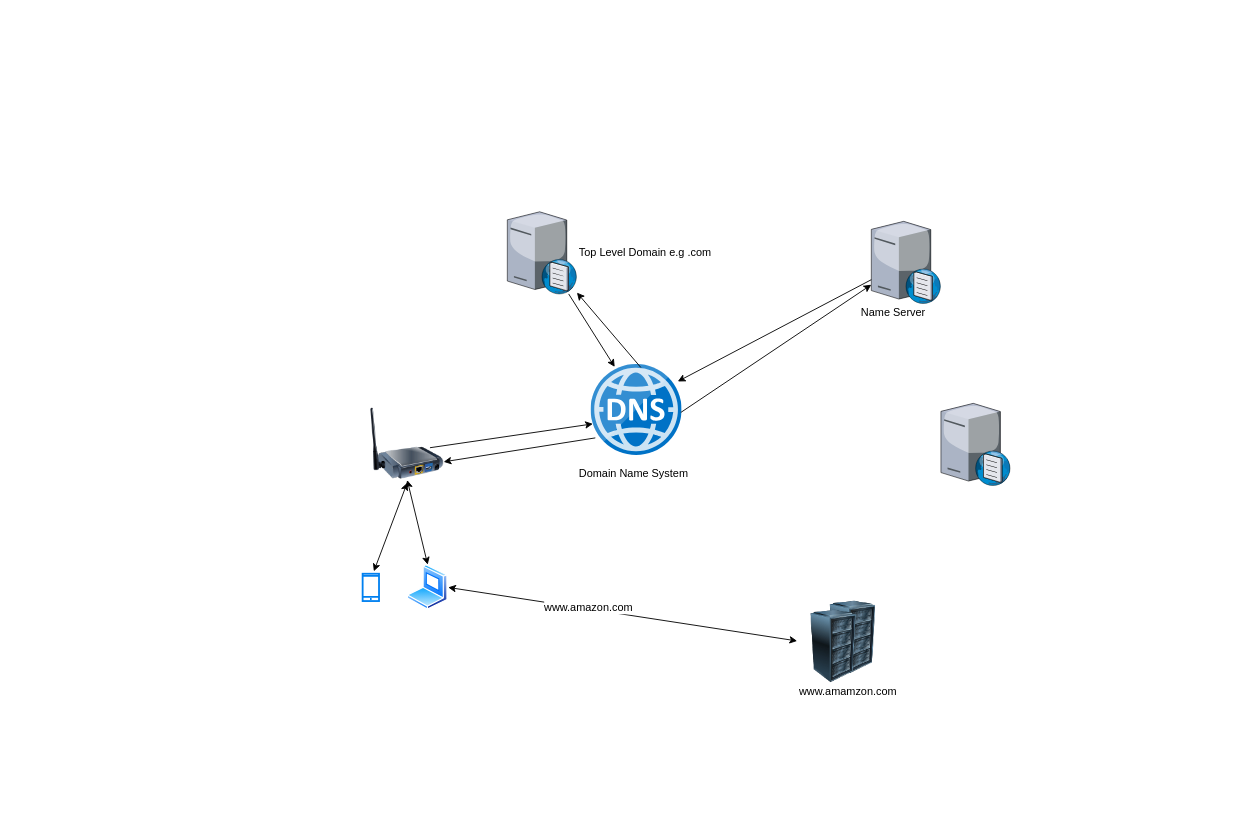
The draw.io diagram HowDNSworks.drawio in kaustavdassoa/Diagrams, before the edit. Source tidied: cells renumbered, new cells numbered last; positions are measured from the earlier drawing's top-left corner, leaving out a move shared by most shapes. Both pictures are drawn from the tidied source at 91%, with x=0, y=0 at pixel (362, 209). Pictures stored in the file or linked from it are replaced by grey dashed boxes.
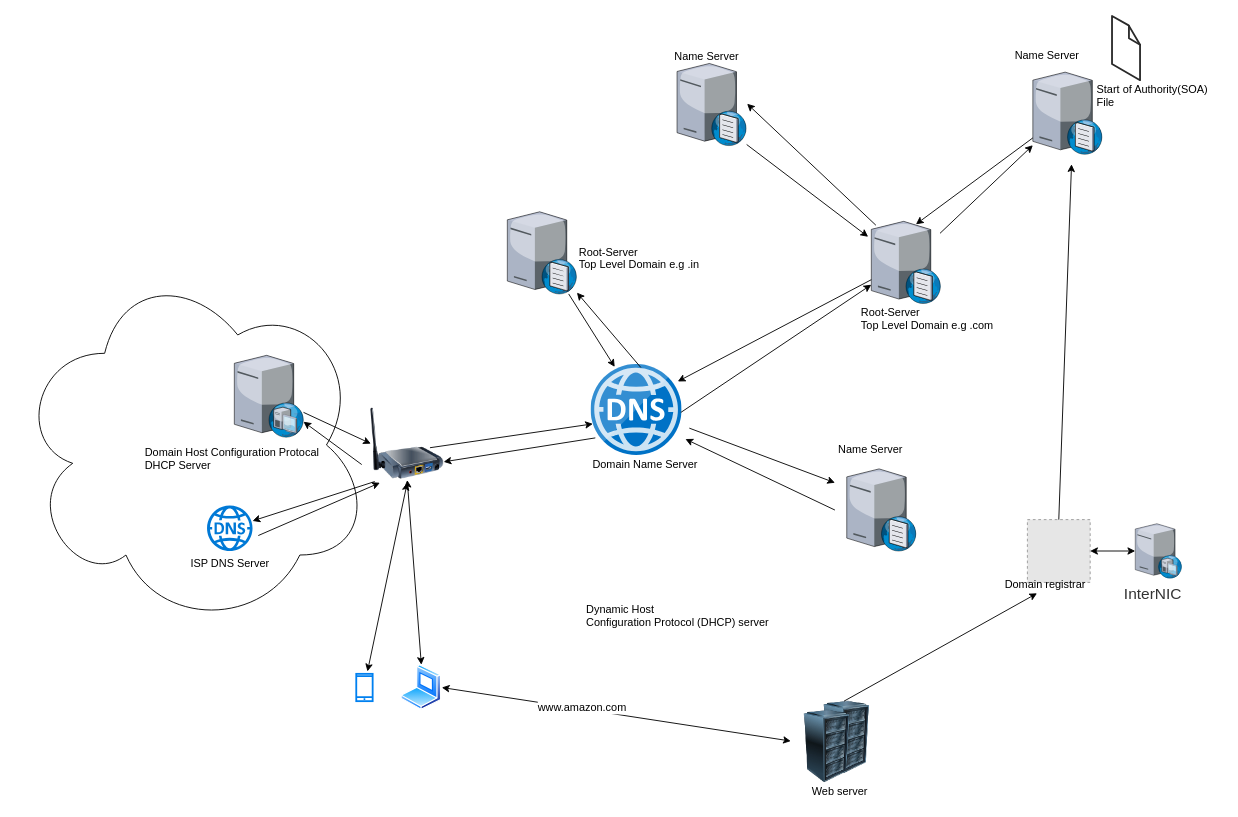
After the change.

The change refers to these unchanged cells:
```xml
<mxCell id="3" style="html=1;perimeter=none;align=center;shadow=0;dashed=0;image;fontSize=12;image=img/lib/mscae/DNS.svg;" parent="1" vertex="1">
  <mxGeometry x="251" y="170" width="100" height="100" as="geometry" />
</mxCell>
<mxCell id="17" style="image;html=1;labelBackgroundColor=#ffffff;image=img/lib/clip_art/networking/Print_Server_Wireless_128x128.png;" parent="1" vertex="1">
  <mxGeometry x="9" y="217" width="80" height="80" as="geometry" />
</mxCell>
```

Diff of the diagram source:
```diff
@@
-    <mxCell id="6" value="Domain Name System&amp;nbsp;" style="text;html=1;align=left;verticalAlign=top;spacingTop=-4;" parent="1" vertex="1">
-      <mxGeometry x="235.5" y="280" width="140" height="20" as="geometry" />
+    <mxCell id="6" value="Domain Name Server" style="text;html=1;align=left;verticalAlign=top;spacingTop=-4;" parent="1" vertex="1">
+      <mxGeometry x="251" y="270" width="130" height="20" as="geometry" />
     </mxCell>
-    <mxCell id="7" value="Top Level Domain e.g .com" style="text;html=1;align=left;verticalAlign=top;spacingTop=-4;" parent="1" vertex="1">
-      <mxGeometry x="235.5" y="36.5" width="160" height="20" as="geometry" />
+    <mxCell id="7" value="Root-Server &lt;br&gt;Top Level Domain e.g .in" style="text;html=1;align=left;verticalAlign=top;spacingTop=-4;" parent="1" vertex="1">
+      <mxGeometry x="235.5" y="36.5" width="150" height="30" as="geometry" />
     </mxCell>
@@
-    <mxCell id="12" value="Name Server&amp;nbsp;" style="text;html=1;align=left;verticalAlign=top;spacingTop=-4;" parent="1" vertex="1">
-      <mxGeometry x="545.5" y="103" width="90" height="20" as="geometry" />
+    <mxCell id="12" value="Root-Server&lt;br&gt;Top Level Domain e.g .com" style="text;html=1;align=left;verticalAlign=top;spacingTop=-4;" parent="1" vertex="1">
+      <mxGeometry x="545.5" y="103" width="160" height="30" as="geometry" />
     </mxCell>
@@
     <mxCell id="14" style="verticalLabelPosition=bottom;html=1;verticalAlign=top;strokeColor=none;align=center;outlineConnect=0;shape=mxgraph.citrix.dns_server;" parent="1" vertex="1">
-      <mxGeometry x="635.5" y="210.5" width="76.5" height="92.5" as="geometry" />
+      <mxGeometry x="736.5" y="-153.5" width="76.5" height="92.5" as="geometry" />
     </mxCell>
     <mxCell id="15" style="image;html=1;labelBackgroundColor=#ffffff;image=img/lib/clip_art/computers/Server_Rack_128x128.png;" parent="1" vertex="1">
-      <mxGeometry x="499" y="430" width="80" height="80" as="geometry" />
+      <mxGeometry x="492" y="540" width="80" height="80" as="geometry" />
     </mxCell>
     <mxCell id="16" style="image;html=1;labelBackgroundColor=#ffffff;image=img/lib/clip_art/computers/Server_Rack_128x128.png;" parent="1" vertex="1">
-      <mxGeometry x="477.5" y="440" width="80" height="80" as="geometry" />
+      <mxGeometry x="470.5" y="550" width="80" height="80" as="geometry" />
     </mxCell>
@@
     <mxCell id="18" style="perimeter=ellipsePerimeter;html=1;align=center;shadow=0;dashed=0;spacingTop=3;image;image=img/lib/active_directory/laptop_client.svg;" parent="1" vertex="1">
-      <mxGeometry x="49" y="390" width="45" height="50" as="geometry" />
+      <mxGeometry x="42" y="500" width="45" height="50" as="geometry" />
     </mxCell>
     <mxCell id="19" style="html=1;verticalLabelPosition=bottom;align=center;labelBackgroundColor=#ffffff;verticalAlign=top;strokeWidth=2;strokeColor=#0080F0;fillColor=#ffffff;shadow=0;dashed=0;shape=mxgraph.ios7.icons.smartphone;" parent="1" vertex="1">
-      <mxGeometry y="400" width="18" height="30" as="geometry" />
+      <mxGeometry x="-7" y="510" width="18" height="30" as="geometry" />
     </mxCell>
@@
-    <mxCell id="22" value="www.amamzon.com" style="text;html=1;align=left;verticalAlign=top;spacingTop=-4;" parent="1" vertex="1">
-      <mxGeometry x="477.5" y="520" width="120" height="20" as="geometry" />
+    <mxCell id="22" value="Web server" style="text;html=1;align=left;verticalAlign=top;spacingTop=-4;" parent="1" vertex="1">
+      <mxGeometry x="492" y="630" width="80" height="20" as="geometry" />
     </mxCell>
@@
+    <mxCell id="25" style="verticalLabelPosition=bottom;html=1;verticalAlign=top;strokeColor=none;align=center;outlineConnect=0;shape=mxgraph.citrix.dhcp_server;" parent="1" vertex="1">
+      <mxGeometry x="849" y="345" width="51" height="60" as="geometry" />
+    </mxCell>
+    <mxCell id="26" value="Dynamic Host &lt;br&gt;Configuration Protocol (DHCP) server&amp;nbsp;" style="text;html=1;align=left;verticalAlign=top;spacingTop=-4;" parent="1" vertex="1">
+      <mxGeometry x="244" y="430" width="220" height="30" as="geometry" />
+    </mxCell>
+    <mxCell id="27" style="fillColor=#E6E6E6;strokeColor=#999999;dashed=1;html=1;verticalAlign=top;verticalLabelPosition=bottom;labelBackgroundColor=#ffffff;" parent="1" vertex="1">
+      <mxGeometry x="730.5" y="340.5" width="69" height="69" as="geometry" />
+    </mxCell>
+    <mxCell id="28" value="Domain registrar&amp;nbsp;" style="text;html=1;points=[];align=left;verticalAlign=top;spacingTop=-4;" parent="1" vertex="1">
+      <mxGeometry x="704" y="401.5" width="110" height="20" as="geometry" />
+    </mxCell>
+    <mxCell id="29" style="endArrow=classic;html=1;" parent="1" edge="1" target="28">
+      <mxGeometry relative="1" as="geometry">
+        <mxPoint x="529" y="540" as="sourcePoint" />
+      </mxGeometry>
+    </mxCell>
+    <mxCell id="30" style="endArrow=classic;html=1;exitX=0.5;exitY=0;exitDx=0;exitDy=0;" parent="1" edge="1" source="27">
+      <mxGeometry relative="1" as="geometry">
+        <mxPoint x="779" y="-50" as="targetPoint" />
+      </mxGeometry>
+    </mxCell>
+    <mxCell id="31" value="&lt;span style=&quot;color: rgb(51 , 51 , 51) ; font-family: &amp;#34;helvetica&amp;#34; , sans-serif ; font-size: 17px ; white-space: normal ; background-color: rgb(255 , 255 , 255)&quot;&gt;InterNIC&lt;/span&gt;" style="text;html=1;align=left;verticalAlign=top;spacingTop=-4;" parent="1" vertex="1">
+      <mxGeometry x="834.5" y="409.5" width="80" height="20" as="geometry" />
+    </mxCell>
+    <mxCell id="32" style="endArrow=classic;startArrow=classic;html=1;exitX=1;exitY=0.5;exitDx=0;exitDy=0;" parent="1" edge="1" source="27" target="25">
+      <mxGeometry relative="1" as="geometry" />
+    </mxCell>
+    <mxCell id="33" style="endArrow=classic;html=1;" parent="1" edge="1" target="14">
+      <mxGeometry relative="1" as="geometry">
+        <mxPoint x="634.5" y="25.9" as="sourcePoint" />
+      </mxGeometry>
+    </mxCell>
+    <mxCell id="34" style="endArrow=classic;html=1;entryX=0.654;entryY=0;entryDx=0;entryDy=0;entryPerimeter=0;" parent="1" edge="1" source="14">
+      <mxGeometry relative="1" as="geometry">
+        <mxPoint x="608" y="16" as="targetPoint" />
+      </mxGeometry>
+    </mxCell>
+    <mxCell id="35" style="verticalLabelPosition=bottom;html=1;verticalAlign=top;strokeColor=none;align=center;shape=mxgraph.citrix.dns_server;" parent="1" vertex="1">
+      <mxGeometry x="345.5" y="-163" width="76.5" height="92.5" as="geometry" />
+    </mxCell>
+    <mxCell id="36" style="endArrow=classic;html=1;" parent="1" edge="1">
+      <mxGeometry relative="1" as="geometry">
+        <mxPoint x="564" y="17" as="sourcePoint" />
+        <mxPoint x="422.5" y="-116.5" as="targetPoint" />
+      </mxGeometry>
+    </mxCell>
+    <mxCell id="37" style="endArrow=classic;html=1;" parent="1" edge="1">
+      <mxGeometry relative="1" as="geometry">
+        <mxPoint x="422" y="-71.7" as="sourcePoint" />
+        <mxPoint x="555.5" y="29.7" as="targetPoint" />
+      </mxGeometry>
+    </mxCell>
+    <mxCell id="38" style="verticalLabelPosition=bottom;html=1;verticalAlign=top;strokeWidth=1;align=center;dashed=0;shape=mxgraph.aws3d.file;strokeColor=#292929;fillColor=#ffffff;" parent="1" vertex="1">
+      <mxGeometry x="823.5" y="-213" width="30.8" height="70.6" as="geometry" />
+    </mxCell>
+    <mxCell id="39" value="Start of Authority(SOA) &lt;br&gt;File" style="text;html=1;align=left;verticalAlign=top;spacingTop=-4;" parent="1" vertex="1">
+      <mxGeometry x="804.5" y="-142.5" width="140" height="30" as="geometry" />
+    </mxCell>
+    <mxCell id="40" value="Name Server" style="text;html=1;" parent="1" vertex="1">
+      <mxGeometry x="520.5" y="250.2" width="100" height="30" as="geometry" />
+    </mxCell>
+    <mxCell id="41" value="Name Server" style="text;html=1;" parent="1" vertex="1">
+      <mxGeometry x="715" y="-183.5" width="100" height="30" as="geometry" />
+    </mxCell>
+    <mxCell id="42" style="verticalLabelPosition=bottom;html=1;verticalAlign=top;strokeColor=none;align=center;outlineConnect=0;shape=mxgraph.citrix.dhcp_server;" parent="1" vertex="1">
+      <mxGeometry x="-141" y="160" width="76" height="90" as="geometry" />
+    </mxCell>
+    <mxCell id="43" style="endArrow=classic;html=1;" parent="1" edge="1" target="42">
+      <mxGeometry relative="1" as="geometry">
+        <mxPoint x="-1" y="280" as="sourcePoint" />
+      </mxGeometry>
+    </mxCell>
+    <mxCell id="44" style="endArrow=classic;html=1;entryX=0;entryY=0.5;entryDx=0;entryDy=0;" parent="1" edge="1" source="42" target="17">
+      <mxGeometry relative="1" as="geometry" />
+    </mxCell>
+    <mxCell id="45" value="Domain Host Configuration Protocal&lt;br&gt;DHCP Server" style="text;html=1;align=left;verticalAlign=top;spacingTop=-4;" parent="1" vertex="1">
+      <mxGeometry x="-241" y="257" width="210" height="30" as="geometry" />
+    </mxCell>
+    <mxCell id="46" value="ISP DNS Server" style="shadow=0;dashed=0;html=1;strokeColor=none;labelPosition=center;verticalLabelPosition=bottom;verticalAlign=top;align=center;shape=mxgraph.mscae.cloud.azure_dns;fillColor=#0079D6;" parent="1" vertex="1">
+      <mxGeometry x="-171" y="325" width="50" height="50" as="geometry" />
+    </mxCell>
+    <mxCell id="47" style="endArrow=classic;html=1;exitX=0.054;exitY=1.021;exitDx=0;exitDy=0;exitPerimeter=0;" parent="1" edge="1" source="17" target="46">
+      <mxGeometry relative="1" as="geometry" />
+    </mxCell>
+    <mxCell id="48" style="endArrow=classic;html=1;exitX=1.127;exitY=0.66;exitDx=0;exitDy=0;exitPerimeter=0;" parent="1" edge="1" source="46">
+      <mxGeometry relative="1" as="geometry">
+        <mxPoint x="19" y="300" as="targetPoint" />
+      </mxGeometry>
+    </mxCell>
+    <mxCell id="49" style="ellipse;shape=cloud;whiteSpace=wrap;html=1;fillColor=none;" parent="1" vertex="1">
+      <mxGeometry x="-381" y="57" width="390" height="403" as="geometry" />
+    </mxCell>
+    <mxCell id="50" style="verticalLabelPosition=bottom;html=1;verticalAlign=top;strokeColor=none;align=center;shape=mxgraph.citrix.dns_server;fillColor=none;" parent="1" vertex="1">
+      <mxGeometry x="532" y="282.5" width="76.5" height="92.5" as="geometry" />
+    </mxCell>
+    <mxCell id="51" style="endArrow=classic;html=1;" parent="1" edge="1">
+      <mxGeometry relative="1" as="geometry">
+        <mxPoint x="359" y="240" as="sourcePoint" />
+        <mxPoint x="519" y="300" as="targetPoint" />
+      </mxGeometry>
+    </mxCell>
+    <mxCell id="52" style="endArrow=classic;html=1;entryX=1.037;entryY=0.82;entryDx=0;entryDy=0;entryPerimeter=0;" parent="1" edge="1" target="3">
+      <mxGeometry relative="1" as="geometry">
+        <mxPoint x="519" y="330" as="sourcePoint" />
+      </mxGeometry>
+    </mxCell>
+    <mxCell id="53" value="Name Server" style="text;html=1;" parent="1" vertex="1">
+      <mxGeometry x="341" y="-182.5" width="100" height="30" as="geometry" />
+    </mxCell>
```
